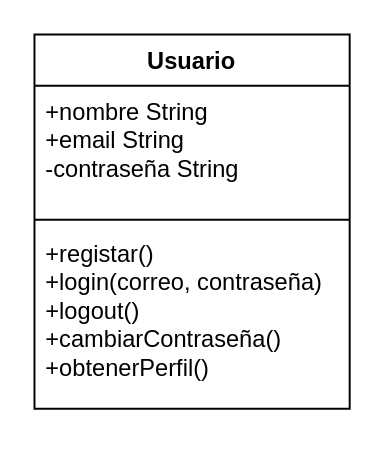
Before: page "Page-1" (1 of 5) of EntornosDeDesarrollo/UD5/ejercicio.drawio in GaunaRocioAnahi/RepostorioDeApuntes, a draw.io diagram. Source tidied: cells renumbered, new cells numbered last; positions are measured from the earlier drawing's top-left corner, leaving out a move shared by most shapes. Both pictures are drawn from the tidied source at 197%, with x=0, y=0 at pixel (33, 33).
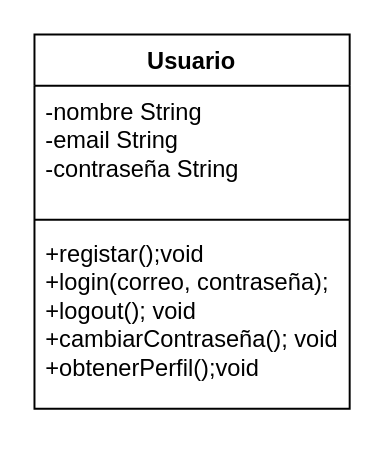
The same diagram, later.

The edit, as a diff of the source:
```diff
@@
 <mxGraphModel>
   <root>
     <mxCell id="0" />
     <mxCell id="1" parent="0" />
     <mxCell id="2" value="Usuario" style="swimlane;fontStyle=1;align=center;verticalAlign=top;horizontal=1;startSize=26;whiteSpace=wrap;html=1;" parent="1" vertex="1">
       <mxGeometry width="160" height="190" as="geometry" />
     </mxCell>
-    <mxCell id="3" value="&lt;div&gt;+nombre String&lt;/div&gt;&lt;div&gt;+email String&lt;/div&gt;&lt;div&gt;-contraseña String&lt;/div&gt;" style="text;strokeColor=none;fillColor=none;align=left;verticalAlign=top;spacingLeft=4;spacingRight=4;overflow=hidden;whiteSpace=wrap;html=1;" parent="2" vertex="1">
+    <mxCell id="3" value="&lt;div&gt;-nombre String&lt;/div&gt;&lt;div&gt;-email String&lt;/div&gt;&lt;div&gt;-contraseña String&lt;/div&gt;" style="text;strokeColor=none;fillColor=none;align=left;verticalAlign=top;spacingLeft=4;spacingRight=4;overflow=hidden;whiteSpace=wrap;html=1;" parent="2" vertex="1">
       <mxGeometry y="26" width="160" height="64" as="geometry" />
     </mxCell>
     <mxCell id="4" style="line;strokeWidth=1;fillColor=none;align=left;verticalAlign=middle;spacingTop=-1;spacingLeft=3;spacingRight=3;labelPosition=right;strokeColor=inherit;" parent="2" vertex="1">
       <mxGeometry y="90" width="160" height="8" as="geometry" />
     </mxCell>
-    <mxCell id="5" value="+registar()&lt;div&gt;+login(correo, contraseña)&lt;/div&gt;&lt;div&gt;+logout()&lt;/div&gt;&lt;div&gt;+cambiarContraseña()&lt;/div&gt;&lt;div&gt;+obtenerPerfil()&lt;/div&gt;&lt;div&gt;&lt;br&gt;&lt;/div&gt;" style="text;strokeColor=none;fillColor=none;align=left;verticalAlign=top;spacingLeft=4;spacingRight=4;overflow=hidden;whiteSpace=wrap;html=1;" parent="2" vertex="1">
+    <mxCell id="5" value="+registar();void&lt;div&gt;+login(correo, contraseña);&lt;/div&gt;&lt;div&gt;+logout(); void&lt;/div&gt;&lt;div&gt;+cambiarContraseña(); void&lt;/div&gt;&lt;div&gt;+obtenerPerfil();void&lt;/div&gt;&lt;div&gt;&lt;br&gt;&lt;/div&gt;" style="text;strokeColor=none;fillColor=none;align=left;verticalAlign=top;spacingLeft=4;spacingRight=4;overflow=hidden;whiteSpace=wrap;html=1;" parent="2" vertex="1">
       <mxGeometry y="98" width="160" height="92" as="geometry" />
     </mxCell>
   </root>
 </mxGraphModel>
```
